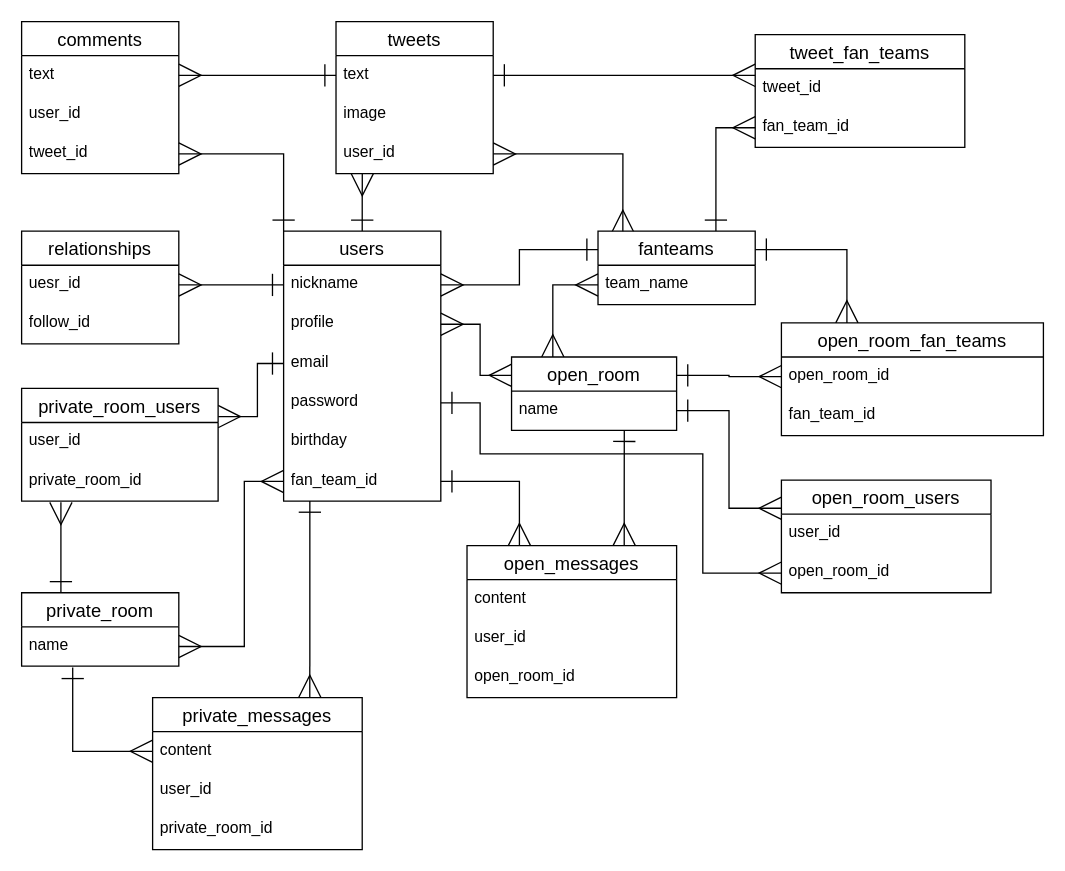
The draw.io diagram er.dio in zucky-ryo/FanRoom, before the edit. Source tidied: cells renumbered, new cells numbered last; positions are measured from the earlier drawing's top-left corner, leaving out a move shared by most shapes. Both pictures are drawn from the tidied source at 131%, with x=0, y=0 at pixel (21, 21).
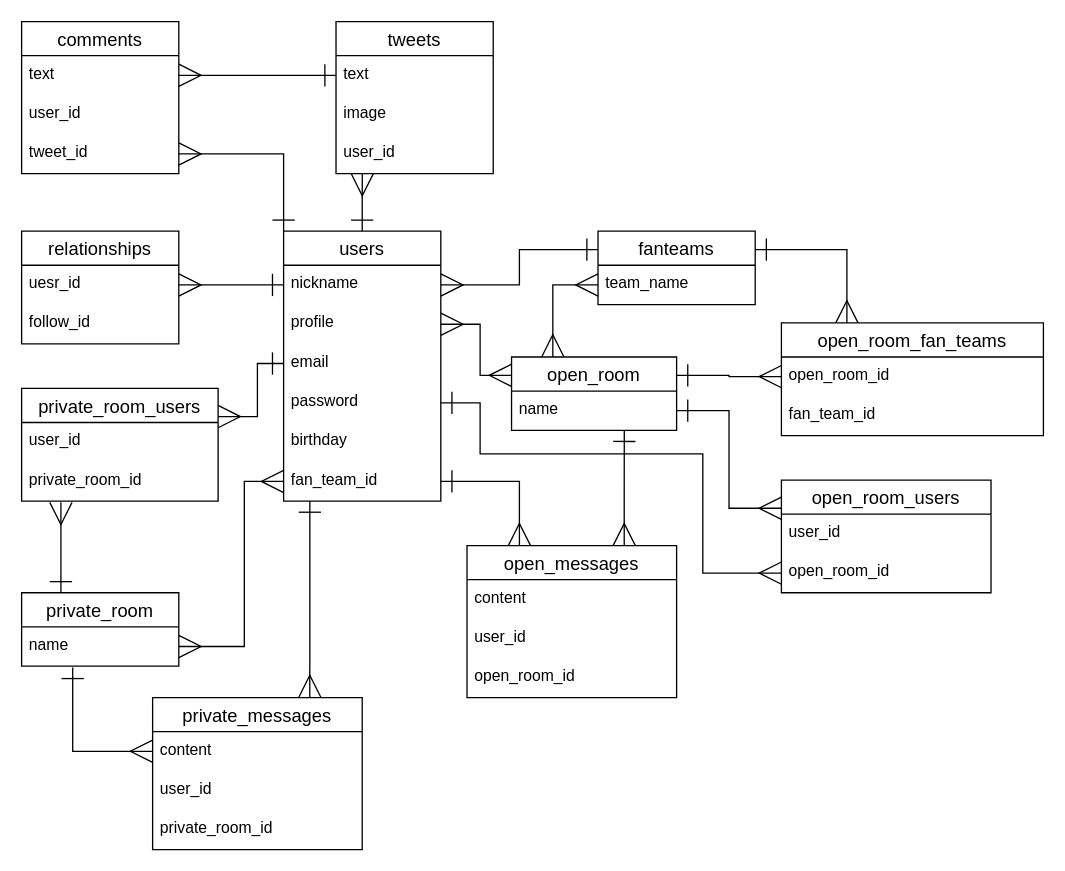
The same page after the edit.

The change refers to these unchanged cells:
```xml
<mxCell id="29" value="text" style="text;strokeColor=none;fillColor=none;spacingLeft=4;spacingRight=4;overflow=hidden;points=[[0,0.5],[1,0.5]];portConstraint=eastwest;fontSize=12;" parent="28" vertex="1">
  <mxGeometry y="26" width="120" height="30" as="geometry" />
</mxCell>
<mxCell id="31" value="user_id" style="text;strokeColor=none;fillColor=none;spacingLeft=4;spacingRight=4;overflow=hidden;points=[[0,0.5],[1,0.5]];portConstraint=eastwest;fontSize=12;" parent="28" vertex="1">
  <mxGeometry y="86" width="120" height="30" as="geometry" />
</mxCell>
<mxCell id="32" value="fanteams" style="swimlane;fontStyle=0;horizontal=1;startSize=26;align=center;fontSize=14;" parent="1" vertex="1">
  <mxGeometry x="440" y="160" width="120" height="56" as="geometry" />
</mxCell>
```

The edit, as a diff of the source:
```diff
@@
-    <mxCell id="8" style="edgeStyle=orthogonalEdgeStyle;rounded=0;jettySize=auto;html=1;exitX=1;exitY=0.5;exitDx=0;exitDy=0;entryX=0;entryY=0.167;entryDx=0;entryDy=0;entryPerimeter=0;startArrow=ERone;startFill=0;startSize=15;endArrow=ERmany;endFill=0;endSize=15;" parent="1" edge="1" source="29" target="19">
-      <mxGeometry relative="1" as="geometry" />
-    </mxCell>
-    <mxCell id="9" style="edgeStyle=orthogonalEdgeStyle;rounded=0;jettySize=auto;html=1;exitX=1;exitY=0.5;exitDx=0;exitDy=0;entryX=0.158;entryY=0.018;entryDx=0;entryDy=0;entryPerimeter=0;startArrow=ERmany;startFill=0;startSize=15;endArrow=ERmany;endFill=0;endSize=15;" parent="1" edge="1" source="31" target="32">
-      <mxGeometry relative="1" as="geometry" />
-    </mxCell>
-    <mxCell id="10" style="edgeStyle=orthogonalEdgeStyle;rounded=0;jettySize=auto;html=1;exitX=0;exitY=0.5;exitDx=0;exitDy=0;entryX=0.75;entryY=0;entryDx=0;entryDy=0;startArrow=ERmany;startFill=0;startSize=15;endArrow=ERone;endFill=0;endSize=15;" parent="1" edge="1" source="20" target="32">
-      <mxGeometry relative="1" as="geometry" />
-    </mxCell>
@@
-    <mxCell id="18" value="tweet_fan_teams" style="swimlane;fontStyle=0;horizontal=1;startSize=26;align=center;fontSize=14;" parent="1" vertex="1">
-      <mxGeometry x="560" y="10" width="160" height="86" as="geometry" />
-    </mxCell>
-    <mxCell id="19" value="tweet_id" style="text;strokeColor=none;fillColor=none;spacingLeft=4;spacingRight=4;overflow=hidden;points=[[0,0.5],[1,0.5]];portConstraint=eastwest;fontSize=12;" parent="18" vertex="1">
-      <mxGeometry y="26" width="160" height="30" as="geometry" />
-    </mxCell>
-    <mxCell id="20" value="fan_team_id" style="text;strokeColor=none;fillColor=none;spacingLeft=4;spacingRight=4;overflow=hidden;points=[[0,0.5],[1,0.5]];portConstraint=eastwest;fontSize=12;" parent="18" vertex="1">
-      <mxGeometry y="56" width="160" height="30" as="geometry" />
-    </mxCell>
```
